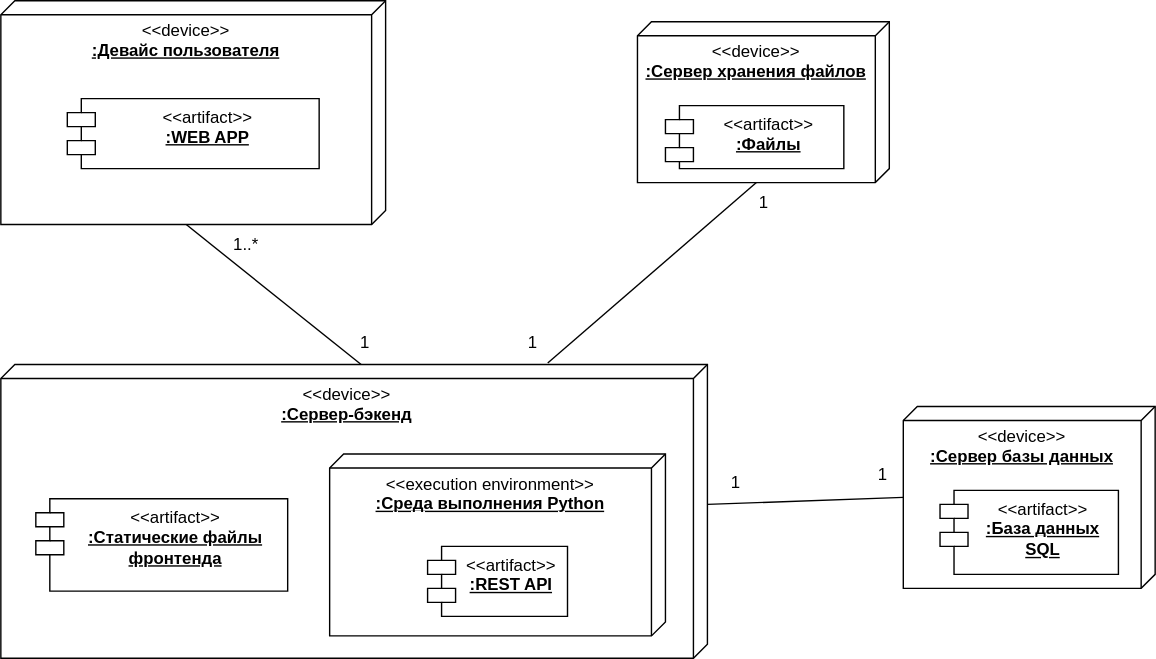
job-modelware-ru/it-2024 keeps this draw.io diagram as team-06/deployment_diagram.svg. Above is the earlier version. Source tidied: cells renumbered, new cells last; positions are measured from the earlier drawing's top-left corner, leaving out a move shared by most shapes.
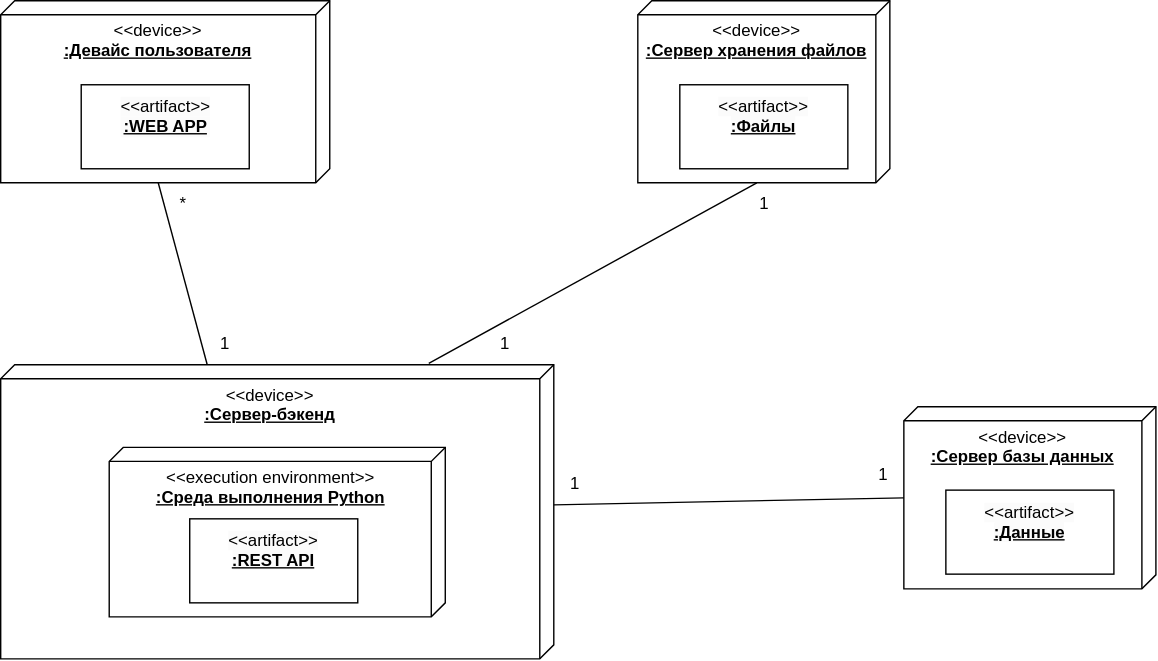
The same file after the commit.

Commit message:
team-06 fix deployment diagram

Change to the diagram source:
```diff
@@ -3,52 +3,37 @@
     <mxCell id="0" />
     <mxCell id="1" parent="0" />
     <mxCell id="2" value="&amp;lt;&amp;lt;device&amp;gt;&amp;gt;&lt;div&gt;&lt;b&gt;&lt;u&gt;:Сервер-бэкенд&lt;/u&gt;&lt;/b&gt;&lt;/div&gt;" style="verticalAlign=top;align=center;spacingTop=8;spacingLeft=2;spacingRight=12;shape=cube;size=10;direction=south;fontStyle=0;html=1;whiteSpace=wrap;" parent="1" vertex="1">
-      <mxGeometry y="260" width="505" height="210" as="geometry" />
+      <mxGeometry y="260" width="395" height="210" as="geometry" />
     </mxCell>
     <mxCell id="3" value="&amp;lt;&amp;lt;execution environment&amp;gt;&amp;gt;&lt;div&gt;&lt;b&gt;&lt;u&gt;:Среда выполнения Python&lt;/u&gt;&lt;/b&gt;&lt;/div&gt;" style="verticalAlign=top;align=center;spacingTop=8;spacingLeft=2;spacingRight=12;shape=cube;size=10;direction=south;fontStyle=0;html=1;whiteSpace=wrap;" parent="1" vertex="1">
-      <mxGeometry x="235" y="324" width="240" height="130" as="geometry" />
+      <mxGeometry x="77.5" y="319" width="240" height="121" as="geometry" />
     </mxCell>
-    <mxCell id="4" value="&amp;lt;&amp;lt;artifact&amp;gt;&amp;gt;&lt;br&gt;&lt;u style=&quot;font-weight: bold;&quot;&gt;:REST API&lt;/u&gt;" style="shape=module;align=left;spacingLeft=20;align=center;verticalAlign=top;whiteSpace=wrap;html=1;" parent="1" vertex="1">
-      <mxGeometry x="305" y="390" width="100" height="50" as="geometry" />
-    </mxCell>
-    <mxCell id="5" value="&amp;lt;&amp;lt;artifact&amp;gt;&amp;gt;&lt;br&gt;&lt;u style=&quot;font-weight: bold;&quot;&gt;:Статические файлы фронтенда&lt;/u&gt;&lt;div&gt;&lt;b&gt;&lt;u&gt;&lt;br&gt;&lt;/u&gt;&lt;/b&gt;&lt;/div&gt;" style="shape=module;align=left;spacingLeft=20;align=center;verticalAlign=top;whiteSpace=wrap;html=1;" parent="1" vertex="1">
-      <mxGeometry x="25" y="356" width="180" height="66" as="geometry" />
-    </mxCell>
     <mxCell id="6" value="&amp;lt;&amp;lt;device&amp;gt;&amp;gt;&lt;div&gt;&lt;b&gt;&lt;u&gt;:Девайс пользователя&lt;/u&gt;&lt;/b&gt;&lt;/div&gt;" style="verticalAlign=top;align=center;spacingTop=8;spacingLeft=2;spacingRight=12;shape=cube;size=10;direction=south;fontStyle=0;html=1;whiteSpace=wrap;" parent="1" vertex="1">
-      <mxGeometry width="275" height="160" as="geometry" />
+      <mxGeometry width="235" height="130" as="geometry" />
     </mxCell>
-    <mxCell id="7" style="rounded=0;jettySize=auto;html=1;exitX=0;exitY=0;exitDx=160;exitDy=142.5;exitPerimeter=0;entryX=0;entryY=0;entryDx=0;entryDy=247.5;entryPerimeter=0;endArrow=none;endFill=0;" parent="1" edge="1" source="6" target="2">
+    <mxCell id="7" style="rounded=0;jettySize=auto;html=1;exitX=0;exitY=0;exitDx=130;exitDy=122.5;exitPerimeter=0;entryX=0;entryY=0;entryDx=0;entryDy=247.5;entryPerimeter=0;endArrow=none;endFill=0;" parent="1" edge="1" source="6" target="2">
       <mxGeometry relative="1" as="geometry" />
     </mxCell>
-    <mxCell id="8" value="&amp;lt;&amp;lt;artifact&amp;gt;&amp;gt;&lt;div&gt;&lt;b&gt;&lt;u&gt;:WEB APP&lt;/u&gt;&lt;/b&gt;&lt;/div&gt;" style="shape=module;align=left;spacingLeft=20;align=center;verticalAlign=top;whiteSpace=wrap;html=1;" parent="1" vertex="1">
-      <mxGeometry x="47.5" y="70" width="180" height="50" as="geometry" />
-    </mxCell>
     <mxCell id="9" value="&amp;lt;&amp;lt;device&amp;gt;&amp;gt;&lt;div&gt;&lt;b&gt;&lt;u&gt;:Сервер базы данных&lt;/u&gt;&lt;/b&gt;&lt;/div&gt;" style="verticalAlign=top;align=center;spacingTop=8;spacingLeft=2;spacingRight=12;shape=cube;size=10;direction=south;fontStyle=0;html=1;whiteSpace=wrap;" parent="1" vertex="1">
       <mxGeometry x="645" y="290" width="180" height="130" as="geometry" />
     </mxCell>
-    <mxCell id="10" value="&amp;lt;&amp;lt;artifact&amp;gt;&amp;gt;&lt;br&gt;&lt;b style=&quot;text-decoration-line: underline;&quot;&gt;:База данных SQL&lt;/b&gt;" style="shape=module;align=left;spacingLeft=20;align=center;verticalAlign=top;whiteSpace=wrap;html=1;" parent="1" vertex="1">
-      <mxGeometry x="671.2" y="350" width="127.5" height="60" as="geometry" />
-    </mxCell>
     <mxCell id="11" style="rounded=0;jettySize=auto;html=1;exitX=0;exitY=0;exitDx=100;exitDy=0;exitPerimeter=0;entryX=0;entryY=0;entryDx=65;entryDy=180;entryPerimeter=0;endArrow=none;endFill=0;" parent="1" edge="1" source="2" target="9">
       <mxGeometry relative="1" as="geometry" />
     </mxCell>
     <mxCell id="12" value="&amp;lt;&amp;lt;device&amp;gt;&amp;gt;&lt;div&gt;&lt;b&gt;&lt;u&gt;:Сервер хранения файлов&lt;/u&gt;&lt;/b&gt;&lt;/div&gt;" style="verticalAlign=top;align=center;spacingTop=8;spacingLeft=2;spacingRight=12;shape=cube;size=10;direction=south;fontStyle=0;html=1;whiteSpace=wrap;" parent="1" vertex="1">
-      <mxGeometry x="455" y="15" width="180" height="115" as="geometry" />
+      <mxGeometry x="455" width="180" height="130" as="geometry" />
     </mxCell>
-    <mxCell id="13" value="&amp;lt;&amp;lt;artifact&amp;gt;&amp;gt;&lt;br&gt;&lt;u style=&quot;font-weight: bold;&quot;&gt;:Файлы&lt;/u&gt;" style="shape=module;align=left;spacingLeft=20;align=center;verticalAlign=top;whiteSpace=wrap;html=1;" parent="1" vertex="1">
-      <mxGeometry x="475" y="75" width="127.5" height="45" as="geometry" />
-    </mxCell>
-    <mxCell id="14" style="rounded=0;jettySize=auto;html=1;exitX=0;exitY=0;exitDx=115;exitDy=95;exitPerimeter=0;entryX=-0.005;entryY=0.226;entryDx=0;entryDy=0;entryPerimeter=0;endArrow=none;endFill=0;" parent="1" edge="1" source="12" target="2">
+    <mxCell id="14" style="rounded=0;jettySize=auto;html=1;exitX=0;exitY=0;exitDx=130;exitDy=95;exitPerimeter=0;entryX=-0.005;entryY=0.226;entryDx=0;entryDy=0;entryPerimeter=0;endArrow=none;endFill=0;" parent="1" edge="1" source="12" target="2">
       <mxGeometry relative="1" as="geometry" />
     </mxCell>
-    <mxCell id="15" value="1..*" style="text;html=1;align=center;verticalAlign=middle;strokeColor=none;fillColor=none;" parent="1" vertex="1">
-      <mxGeometry x="155" y="160" width="40" height="30" as="geometry" />
+    <mxCell id="15" value="*" style="text;html=1;align=center;verticalAlign=middle;strokeColor=none;fillColor=none;" parent="1" vertex="1">
+      <mxGeometry x="115" y="130" width="30" height="30" as="geometry" />
     </mxCell>
     <mxCell id="16" value="1" style="text;html=1;align=center;verticalAlign=middle;strokeColor=none;fillColor=none;" parent="1" vertex="1">
-      <mxGeometry x="245" y="230" width="30" height="30" as="geometry" />
+      <mxGeometry x="145" y="230" width="30" height="30" as="geometry" />
     </mxCell>
     <mxCell id="17" value="1" style="text;html=1;align=center;verticalAlign=middle;strokeColor=none;fillColor=none;" parent="1" vertex="1">
-      <mxGeometry x="365" y="230" width="30" height="30" as="geometry" />
+      <mxGeometry x="345" y="230" width="30" height="30" as="geometry" />
     </mxCell>
     <mxCell id="18" value="1" style="text;html=1;align=center;verticalAlign=middle;strokeColor=none;fillColor=none;" parent="1" vertex="1">
       <mxGeometry x="530" y="130" width="30" height="30" as="geometry" />
@@ -57,7 +42,19 @@
       <mxGeometry x="615" y="324" width="30" height="30" as="geometry" />
     </mxCell>
     <mxCell id="20" value="1" style="text;html=1;align=center;verticalAlign=middle;strokeColor=none;fillColor=none;" parent="1" vertex="1">
-      <mxGeometry x="510" y="330" width="30" height="30" as="geometry" />
+      <mxGeometry x="395" y="330" width="30" height="30" as="geometry" />
     </mxCell>
+    <mxCell id="4" value="&#10;&lt;span style=&quot;color: rgb(0, 0, 0); font-family: Helvetica; font-size: 12px; font-style: normal; font-variant-ligatures: normal; font-variant-caps: normal; font-weight: 400; letter-spacing: normal; orphans: 2; text-align: center; text-indent: 0px; text-transform: none; widows: 2; word-spacing: 0px; -webkit-text-stroke-width: 0px; white-space: normal; background-color: rgb(251, 251, 251); text-decoration-thickness: initial; text-decoration-style: initial; text-decoration-color: initial; display: inline !important; float: none;&quot;&gt;&amp;lt;&amp;lt;artifact&amp;gt;&amp;gt;&lt;/span&gt;&lt;br style=&quot;forced-color-adjust: none; color: rgb(0, 0, 0); font-family: Helvetica; font-size: 12px; font-style: normal; font-variant-ligatures: normal; font-variant-caps: normal; font-weight: 400; letter-spacing: normal; orphans: 2; text-align: center; text-indent: 0px; text-transform: none; widows: 2; word-spacing: 0px; -webkit-text-stroke-width: 0px; white-space: normal; background-color: rgb(251, 251, 251); text-decoration-thickness: initial; text-decoration-style: initial; text-decoration-color: initial;&quot;&gt;&lt;u style=&quot;forced-color-adjust: none; color: rgb(0, 0, 0); font-family: Helvetica; font-size: 12px; font-style: normal; font-variant-ligatures: normal; font-variant-caps: normal; letter-spacing: normal; orphans: 2; text-align: center; text-indent: 0px; text-transform: none; widows: 2; word-spacing: 0px; -webkit-text-stroke-width: 0px; white-space: normal; background-color: rgb(251, 251, 251); font-weight: bold;&quot;&gt;:REST API&lt;/u&gt;&#10;&#10;" style="rounded=0;whiteSpace=wrap;html=1;" parent="1" vertex="1">
+      <mxGeometry x="135" y="370" width="120" height="60" as="geometry" />
+    </mxCell>
+    <mxCell id="21" value="&lt;span style=&quot;color: rgb(0, 0, 0); font-family: Helvetica; font-size: 12px; font-style: normal; font-variant-ligatures: normal; font-variant-caps: normal; font-weight: 400; letter-spacing: normal; orphans: 2; text-align: center; text-indent: 0px; text-transform: none; widows: 2; word-spacing: 0px; -webkit-text-stroke-width: 0px; white-space: normal; background-color: rgb(251, 251, 251); text-decoration-thickness: initial; text-decoration-style: initial; text-decoration-color: initial; display: inline !important; float: none;&quot;&gt;&amp;lt;&amp;lt;artifact&amp;gt;&amp;gt;&lt;/span&gt;&lt;br style=&quot;forced-color-adjust: none; color: rgb(0, 0, 0); font-family: Helvetica; font-size: 12px; font-style: normal; font-variant-ligatures: normal; font-variant-caps: normal; font-weight: 400; letter-spacing: normal; orphans: 2; text-align: center; text-indent: 0px; text-transform: none; widows: 2; word-spacing: 0px; -webkit-text-stroke-width: 0px; white-space: normal; background-color: rgb(251, 251, 251); text-decoration-thickness: initial; text-decoration-style: initial; text-decoration-color: initial;&quot;&gt;&lt;b style=&quot;forced-color-adjust: none; color: rgb(0, 0, 0); font-family: Helvetica; font-size: 12px; font-style: normal; font-variant-ligatures: normal; font-variant-caps: normal; letter-spacing: normal; orphans: 2; text-align: center; text-indent: 0px; text-transform: none; widows: 2; word-spacing: 0px; -webkit-text-stroke-width: 0px; white-space: normal; background-color: rgb(251, 251, 251); text-decoration: underline;&quot;&gt;:Данные&lt;/b&gt;&lt;div&gt;&lt;br&gt;&lt;/div&gt;" style="rounded=0;whiteSpace=wrap;html=1;" parent="1" vertex="1">
+      <mxGeometry x="675" y="349.5" width="120" height="60" as="geometry" />
+    </mxCell>
+    <mxCell id="8" value="&#10;&lt;span style=&quot;color: rgb(0, 0, 0); font-family: Helvetica; font-size: 12px; font-style: normal; font-variant-ligatures: normal; font-variant-caps: normal; font-weight: 400; letter-spacing: normal; orphans: 2; text-align: center; text-indent: 0px; text-transform: none; widows: 2; word-spacing: 0px; -webkit-text-stroke-width: 0px; white-space: normal; background-color: rgb(251, 251, 251); text-decoration-thickness: initial; text-decoration-style: initial; text-decoration-color: initial; display: inline !important; float: none;&quot;&gt;&amp;lt;&amp;lt;artifact&amp;gt;&amp;gt;&lt;/span&gt;&lt;div style=&quot;forced-color-adjust: none; color: rgb(0, 0, 0); font-family: Helvetica; font-size: 12px; font-style: normal; font-variant-ligatures: normal; font-variant-caps: normal; font-weight: 400; letter-spacing: normal; orphans: 2; text-align: center; text-indent: 0px; text-transform: none; widows: 2; word-spacing: 0px; -webkit-text-stroke-width: 0px; white-space: normal; background-color: rgb(251, 251, 251); text-decoration-thickness: initial; text-decoration-style: initial; text-decoration-color: initial;&quot;&gt;&lt;b style=&quot;forced-color-adjust: none;&quot;&gt;&lt;u style=&quot;forced-color-adjust: none;&quot;&gt;:WEB APP&lt;/u&gt;&lt;/b&gt;&lt;/div&gt;&#10;&#10;" style="rounded=0;whiteSpace=wrap;html=1;" parent="1" vertex="1">
+      <mxGeometry x="57.5" y="60" width="120" height="60" as="geometry" />
+    </mxCell>
+    <mxCell id="13" value="&lt;span style=&quot;color: rgb(0, 0, 0); font-family: Helvetica; font-size: 12px; font-style: normal; font-variant-ligatures: normal; font-variant-caps: normal; font-weight: 400; letter-spacing: normal; orphans: 2; text-align: center; text-indent: 0px; text-transform: none; widows: 2; word-spacing: 0px; -webkit-text-stroke-width: 0px; white-space: normal; background-color: rgb(251, 251, 251); text-decoration-thickness: initial; text-decoration-style: initial; text-decoration-color: initial; display: inline !important; float: none;&quot;&gt;&amp;lt;&amp;lt;artifact&amp;gt;&amp;gt;&lt;/span&gt;&lt;br style=&quot;forced-color-adjust: none; color: rgb(0, 0, 0); font-family: Helvetica; font-size: 12px; font-style: normal; font-variant-ligatures: normal; font-variant-caps: normal; font-weight: 400; letter-spacing: normal; orphans: 2; text-align: center; text-indent: 0px; text-transform: none; widows: 2; word-spacing: 0px; -webkit-text-stroke-width: 0px; white-space: normal; background-color: rgb(251, 251, 251); text-decoration-thickness: initial; text-decoration-style: initial; text-decoration-color: initial;&quot;&gt;&lt;b style=&quot;forced-color-adjust: none; color: rgb(0, 0, 0); font-family: Helvetica; font-size: 12px; font-style: normal; font-variant-ligatures: normal; font-variant-caps: normal; letter-spacing: normal; orphans: 2; text-align: center; text-indent: 0px; text-transform: none; widows: 2; word-spacing: 0px; -webkit-text-stroke-width: 0px; white-space: normal; background-color: rgb(251, 251, 251); text-decoration: underline;&quot;&gt;:Файлы&lt;/b&gt;&lt;div&gt;&lt;br&gt;&lt;/div&gt;" style="rounded=0;whiteSpace=wrap;html=1;" parent="1" vertex="1">
+      <mxGeometry x="485" y="60" width="120" height="60" as="geometry" />
+    </mxCell>
   </root>
 </mxGraphModel>
```
